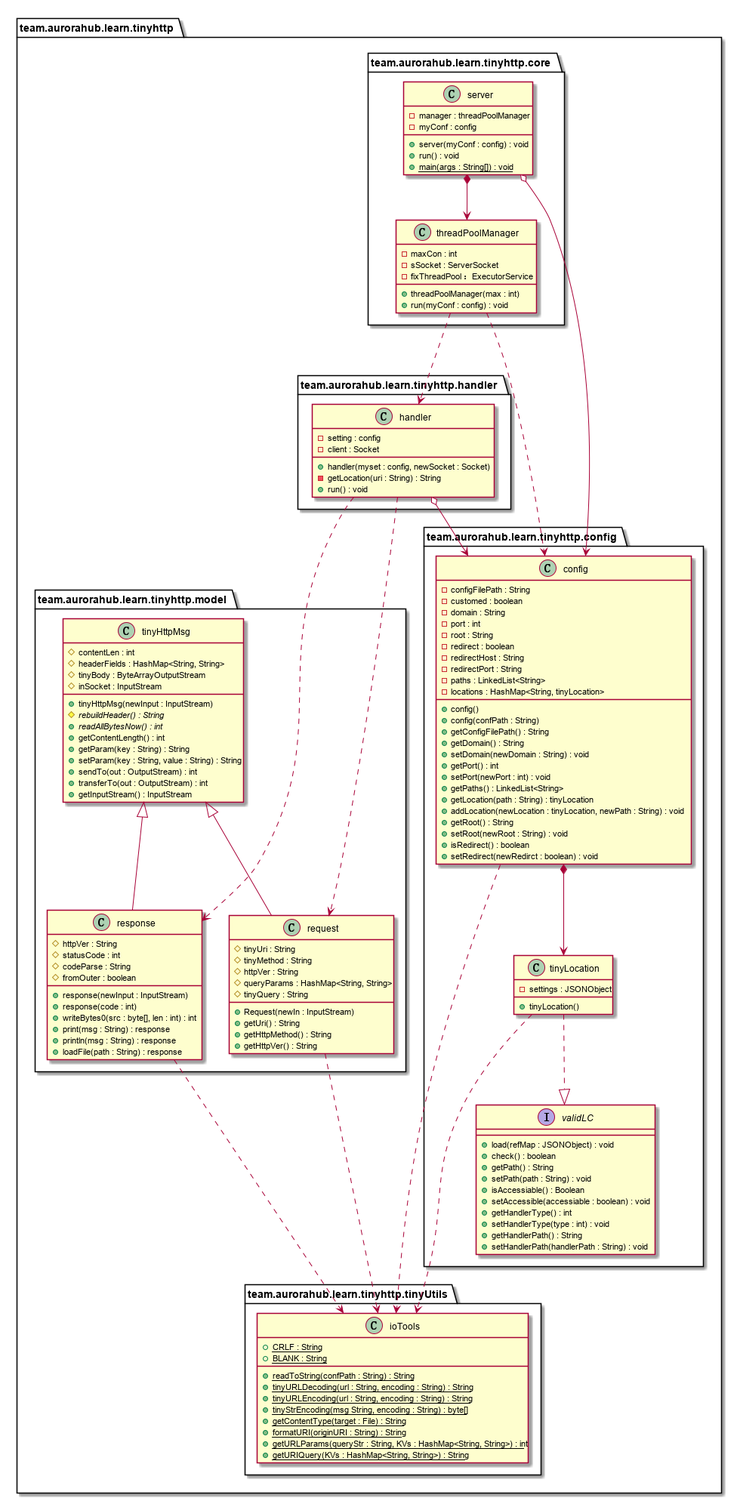
This is resources/testWeb/pic/tinyhttp.png from ChanthMiao/tinyhttp, a PlantUML export, as it was before one commit.
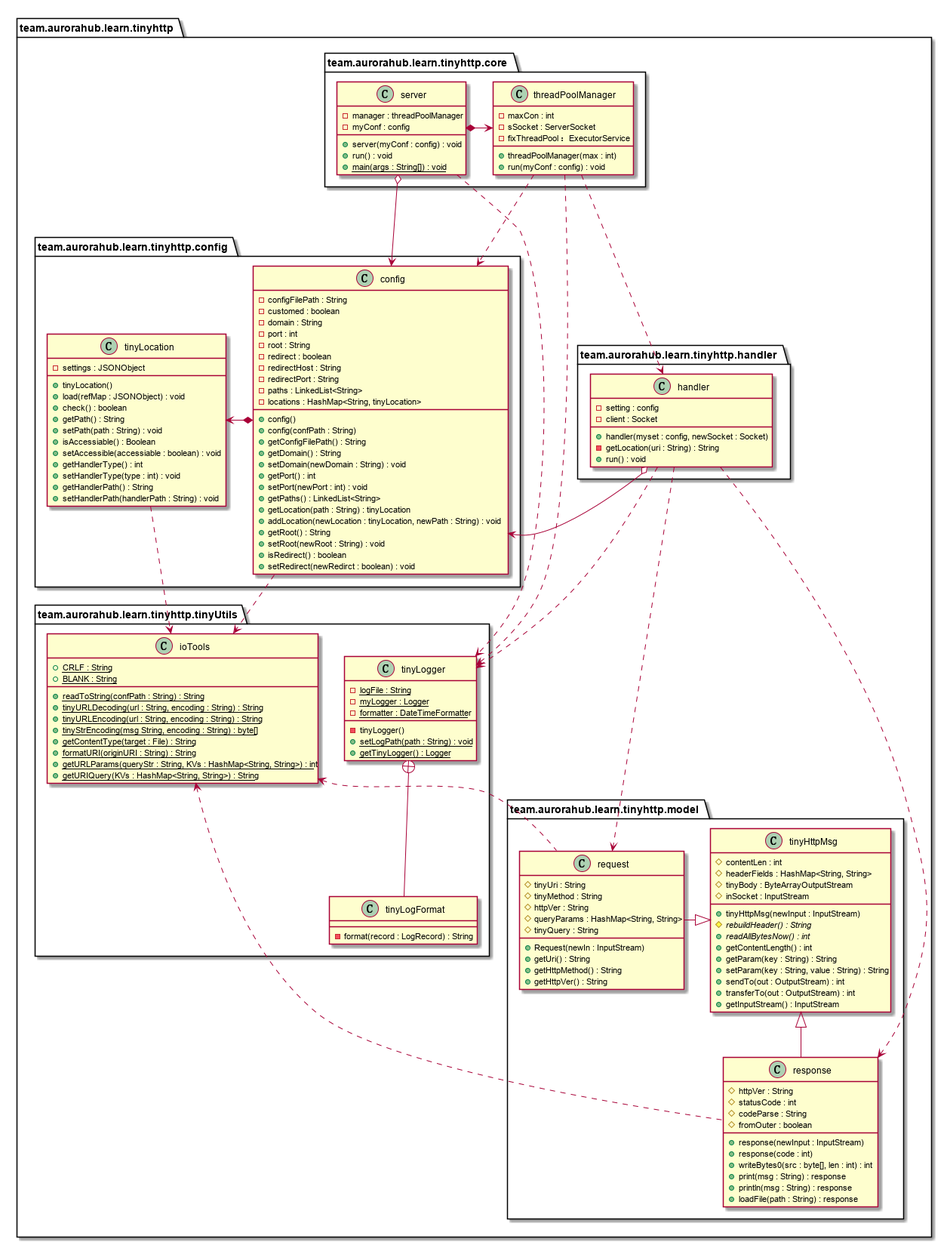
Later version of the same file.

Commit message:
Update UML in testWeb.

Change to the diagram source:
```diff
@@ -2,7 +2,9 @@
 package team.aurorahub.learn.tinyhttp{
 
     package team.aurorahub.learn.tinyhttp.config{
-        interface validLC {
+        class tinyLocation {
+            -settings : JSONObject
+            +tinyLocation()
             +load(refMap : JSONObject) : void
             +check() : boolean
             +getPath() : String
@@ -14,13 +16,6 @@
             +getHandlerPath() : String
             +setHandlerPath(handlerPath : String) : void
         }
-
-        class tinyLocation {
-            -settings : JSONObject
-            +tinyLocation()
-        }
-
-        tinyLocation ..|> validLC
 
         class config{
             -configFilePath : String
@@ -49,7 +44,7 @@
             +setRedirect(newRedirct : boolean) : void
         }
 
-        config *--> tinyLocation
+        config *-left-> tinyLocation
     }
 
     package team.aurorahub.learn.tinyhttp.model{
@@ -81,7 +76,7 @@
             +getHttpVer() : String
         }
 
-        tinyHttpMsg <|-- request
+        tinyHttpMsg <|-left- request
 
         class response{
             #httpVer : String
@@ -108,8 +103,8 @@
             +run() : void
         }
 
-        handler o--> config
-        handler ...> request
+        handler o-left-> config
+        handler .right.> request
         handler ...> response
     }
 
@@ -131,7 +126,7 @@
             +run() : void
             +{static}main(args : String[]) : void
         }
-        server *--> threadPoolManager
+        server *-right-> threadPoolManager
         server o--> config
     }
 
@@ -148,10 +143,29 @@
             +{static}getURLParams(queryStr : String, KVs : HashMap<String, String>) : int
             +{static}getURIQuery(KVs : HashMap<String, String>) : String
         }
+
+        class tinyLogger{
+            -{static}logFile : String
+            -{static}myLogger : Logger
+            -{static}formatter : DateTimeFormatter
+            -tinyLogger()
+            +{static}setLogPath(path : String) : void
+            +{static}getTinyLogger() : Logger
+        }
+
+        handler .down.> tinyLogger
+        server .down.> tinyLogger
+        threadPoolManager ...>tinyLogger
+
+        class tinyLogFormat{
+            -format(record : LogRecord) : String
+        }
+
+        tinyLogger+--tinyLogFormat
     }
-    tinyLocation ...> ioTools
-    config ...> ioTools
-    response ..> ioTools
-    request ...> ioTools
+    tinyLocation .down.> ioTools
+    config .down.> ioTools
+    response .up.> ioTools
+    request .up.> ioTools
 }
 @enduml
```
